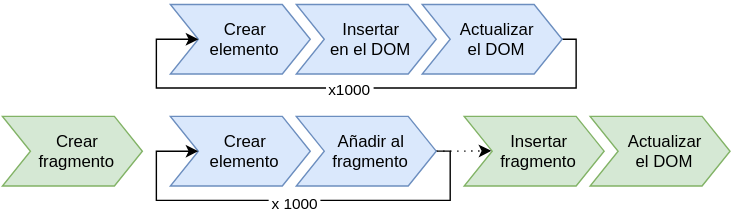
Earlier version of the draw.io export img/dec/fragment-dom.svg (yuki/my-books). Source tidied: cells renumbered, new cells last; positions are measured from the earlier drawing's top-left corner, leaving out a move shared by most shapes.
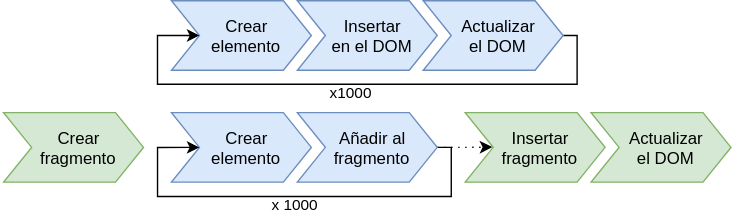
The same file after the commit.

Change to the diagram source:
```diff
@@ -21,8 +21,10 @@
         </Array>
       </mxGeometry>
     </mxCell>
-    <mxCell id="6" value="x1000" style="edgeLabel;html=1;align=center;verticalAlign=middle;labelPadding=2;" parent="5" vertex="1">
-      <mxGeometry x="0.01" y="1" relative="1" as="geometry" />
+    <mxCell id="6" value="x1000" style="edgeLabel;html=1;align=center;verticalAlign=middle;labelPadding=2;labelBorderColor=none;labelBackgroundColor=none;" parent="5" vertex="1">
+      <mxGeometry x="0.01" y="1" relative="1" as="geometry">
+        <mxPoint y="5" as="offset" />
+      </mxGeometry>
     </mxCell>
     <mxCell id="7" value="Actualizar&lt;br&gt;el DOM" style="shape=step;perimeter=stepPerimeter;whiteSpace=wrap;html=1;shapeInside=1;fixedSize=1;fillColor=#dae8fc;strokeColor=#6c8ebf;" parent="2" vertex="1">
       <mxGeometry x="190" width="100" height="49.7" as="geometry" />
@@ -43,8 +45,10 @@
         </Array>
       </mxGeometry>
     </mxCell>
-    <mxCell id="11" value="x 1000" style="edgeLabel;html=1;align=center;verticalAlign=middle;labelPadding=2;" parent="10" vertex="1">
-      <mxGeometry x="-0.02" y="2" relative="1" as="geometry" />
+    <mxCell id="11" value="x 1000" style="edgeLabel;html=1;align=center;verticalAlign=middle;labelPadding=2;labelBackgroundColor=none;" parent="10" vertex="1">
+      <mxGeometry x="-0.02" y="2" relative="1" as="geometry">
+        <mxPoint y="4" as="offset" />
+      </mxGeometry>
     </mxCell>
     <mxCell id="12" style="edgeStyle=orthogonalEdgeStyle;rounded=0;jettySize=auto;html=1;dashed=1;dashPattern=1 4;entryX=0.194;entryY=0.495;entryDx=0;entryDy=0;entryPerimeter=0;" parent="8" edge="1" source="13" target="16">
       <mxGeometry relative="1" as="geometry" />
```
